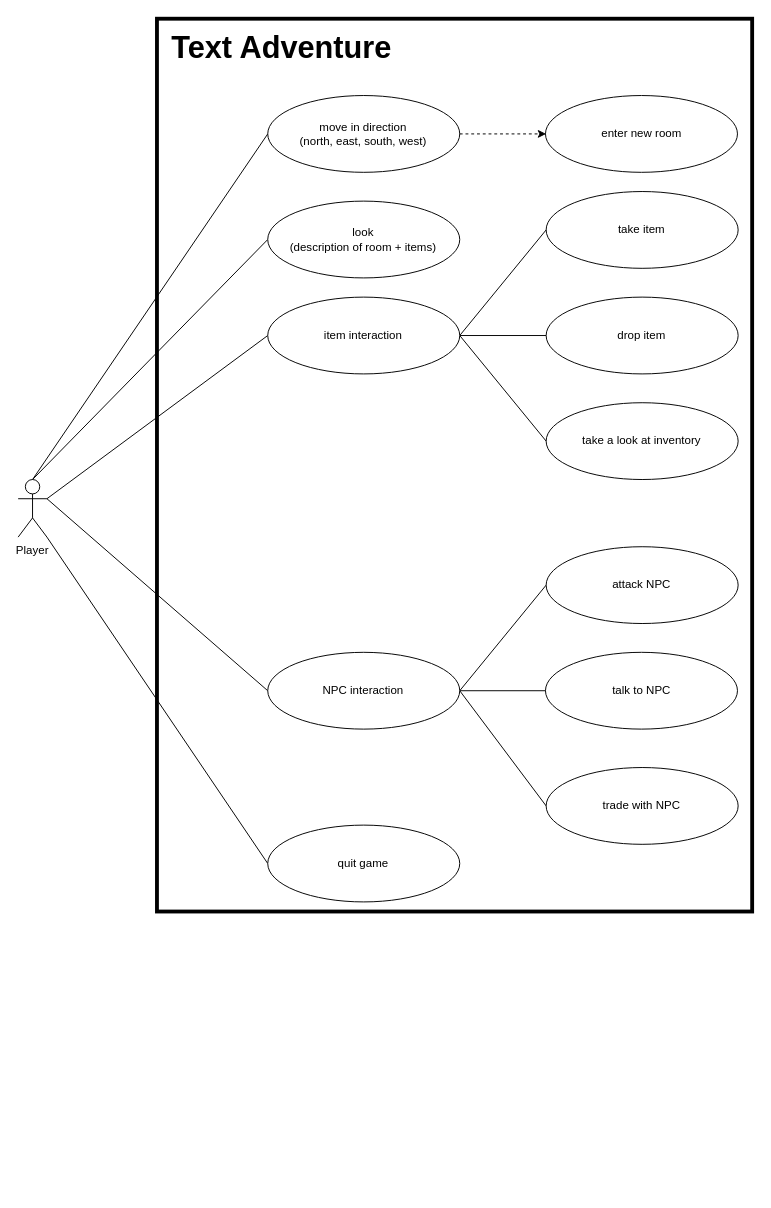
The draw.io diagram Concept/UML/UseCase.drawio in keckluis/Softwaredesign_Abschlussaufgabe, before the edit. Source tidied: cells renumbered, new cells numbered last; positions are measured from the earlier drawing's top-left corner, leaving out a move shared by most shapes. Both pictures are drawn from the tidied source at 96%, with x=0, y=0 at pixel (17, 18).
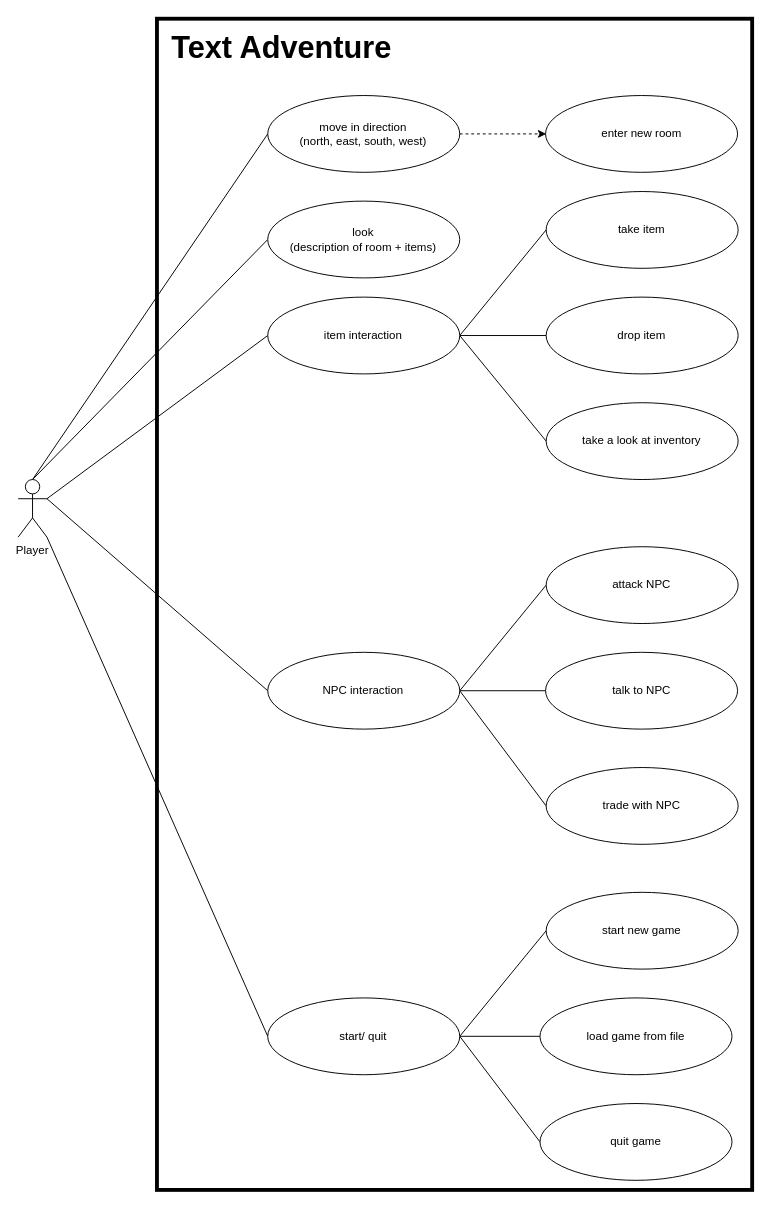
The same page after the edit.

Unchanged cells that the change refers to:
```xml
<mxCell id="5" value="Player" style="shape=umlActor;verticalLabelPosition=bottom;labelBackgroundColor=#ffffff;verticalAlign=top;html=1;outlineConnect=0;fontStyle=0;" parent="1" vertex="1">
  <mxGeometry x="0.4" y="480" width="30" height="60" as="geometry" />
</mxCell>
<mxCell id="7" value="move in direction&lt;br&gt;(north, east, south, west)" style="ellipse;whiteSpace=wrap;html=1;" parent="1" vertex="1">
  <mxGeometry x="260.4" y="80" width="200" height="80" as="geometry" />
</mxCell>
```

The edit, as a diff of the source:
```diff
@@
     <mxCell id="2" style="rounded=0;whiteSpace=wrap;html=1;strokeWidth=4;" parent="1" vertex="1">
-      <mxGeometry x="145" width="620" height="930" as="geometry" />
+      <mxGeometry x="145" width="620" height="1220" as="geometry" />
     </mxCell>
@@
     <mxCell id="6" style="edgeStyle=orthogonalEdgeStyle;rounded=0;jettySize=auto;html=1;dashed=1;" parent="1" edge="1" source="7">
       <mxGeometry relative="1" as="geometry">
-        <mxPoint x="550.3" y="120" as="targetPoint" />
+        <mxPoint x="550.4" y="120" as="targetPoint" />
       </mxGeometry>
     </mxCell>
@@
-    <mxCell id="14" style="edgeStyle=none;rounded=0;jettySize=auto;html=1;entryX=1;entryY=1;entryDx=0;entryDy=0;entryPerimeter=0;endArrow=none;endFill=0;exitX=0;exitY=0.5;exitDx=0;exitDy=0;" parent="1" edge="1" source="15" target="5">
-      <mxGeometry relative="1" as="geometry" />
-    </mxCell>
-    <mxCell id="15" value="quit game" style="ellipse;whiteSpace=wrap;html=1;" parent="1" vertex="1">
-      <mxGeometry x="260.4" y="840" width="200" height="80" as="geometry" />
+    <mxCell id="15" value="start new game" style="ellipse;whiteSpace=wrap;html=1;" parent="1" vertex="1">
+      <mxGeometry x="550.4" y="910" width="200" height="80" as="geometry" />
     </mxCell>
     <mxCell id="16" value="talk to NPC" style="ellipse;whiteSpace=wrap;html=1;" parent="1" vertex="1">
-      <mxGeometry x="549.7" y="660" width="200" height="80" as="geometry" />
+      <mxGeometry x="549.8" y="660" width="200" height="80" as="geometry" />
     </mxCell>
@@
     <mxCell id="27" value="enter new room" style="ellipse;whiteSpace=wrap;html=1;" parent="1" vertex="1">
-      <mxGeometry x="549.7" y="80" width="200" height="80" as="geometry" />
+      <mxGeometry x="549.8" y="80" width="200" height="80" as="geometry" />
     </mxCell>
@@
+    <mxCell id="29" style="edgeStyle=none;rounded=0;jettySize=auto;html=1;endArrow=none;endFill=0;entryX=1;entryY=0.5;entryDx=0;entryDy=0;" parent="1" edge="1" source="30" target="35">
+      <mxGeometry relative="1" as="geometry" />
+    </mxCell>
+    <mxCell id="30" value="load game from file" style="ellipse;whiteSpace=wrap;html=1;" parent="1" vertex="1">
+      <mxGeometry x="544" y="1020" width="200" height="80" as="geometry" />
+    </mxCell>
+    <mxCell id="31" style="edgeStyle=none;rounded=0;jettySize=auto;html=1;entryX=1;entryY=0.5;entryDx=0;entryDy=0;endArrow=none;endFill=0;exitX=0;exitY=0.5;exitDx=0;exitDy=0;" parent="1" edge="1" source="32" target="35">
+      <mxGeometry relative="1" as="geometry" />
+    </mxCell>
+    <mxCell id="32" value="quit game" style="ellipse;whiteSpace=wrap;html=1;" parent="1" vertex="1">
+      <mxGeometry x="544" y="1130" width="200" height="80" as="geometry" />
+    </mxCell>
+    <mxCell id="33" style="rounded=0;jettySize=auto;html=1;entryX=0;entryY=0.5;entryDx=0;entryDy=0;endArrow=none;endFill=0;exitX=1;exitY=0.5;exitDx=0;exitDy=0;" parent="1" edge="1" source="35" target="15">
+      <mxGeometry relative="1" as="geometry" />
+    </mxCell>
+    <mxCell id="34" style="edgeStyle=none;rounded=0;jettySize=auto;html=1;entryX=1;entryY=1;entryDx=0;entryDy=0;entryPerimeter=0;endArrow=none;endFill=0;exitX=0;exitY=0.5;exitDx=0;exitDy=0;" parent="1" edge="1" source="35" target="5">
+      <mxGeometry relative="1" as="geometry" />
+    </mxCell>
+    <mxCell id="35" value="start/ quit" style="ellipse;whiteSpace=wrap;html=1;" parent="1" vertex="1">
+      <mxGeometry x="260.4" y="1020" width="200" height="80" as="geometry" />
+    </mxCell>
```
